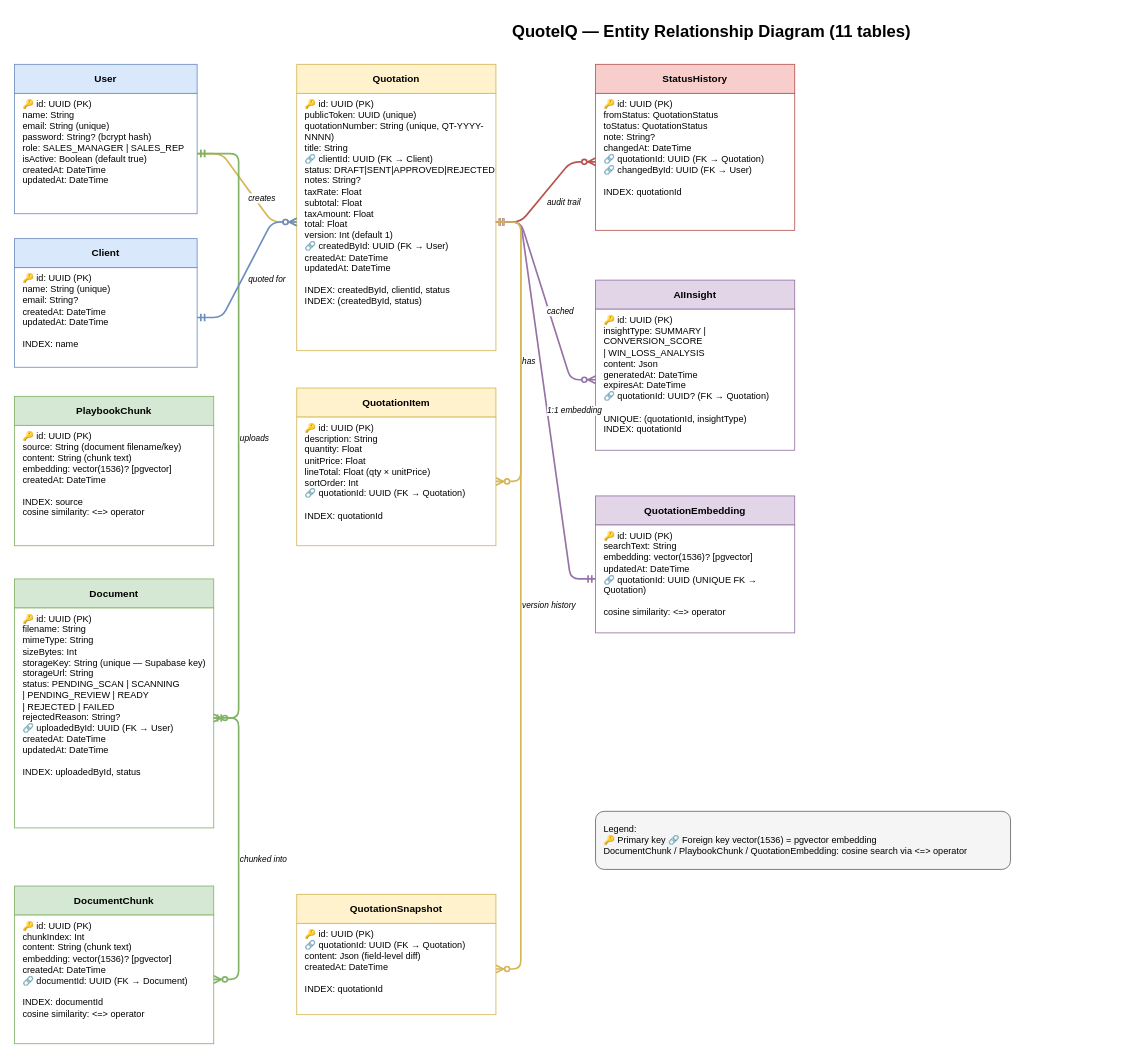
This is docs/drawio/erd-data-model.drawio from Eunice-Amirtharajan/quote-iq, a draw.io file, before an edit. Source tidied: cells renumbered, new cells numbered last; positions are measured from the earlier drawing's top-left corner, leaving out a move shared by most shapes. Both pictures are drawn from the tidied source at 83%, with x=0, y=0 at pixel (14, 14).
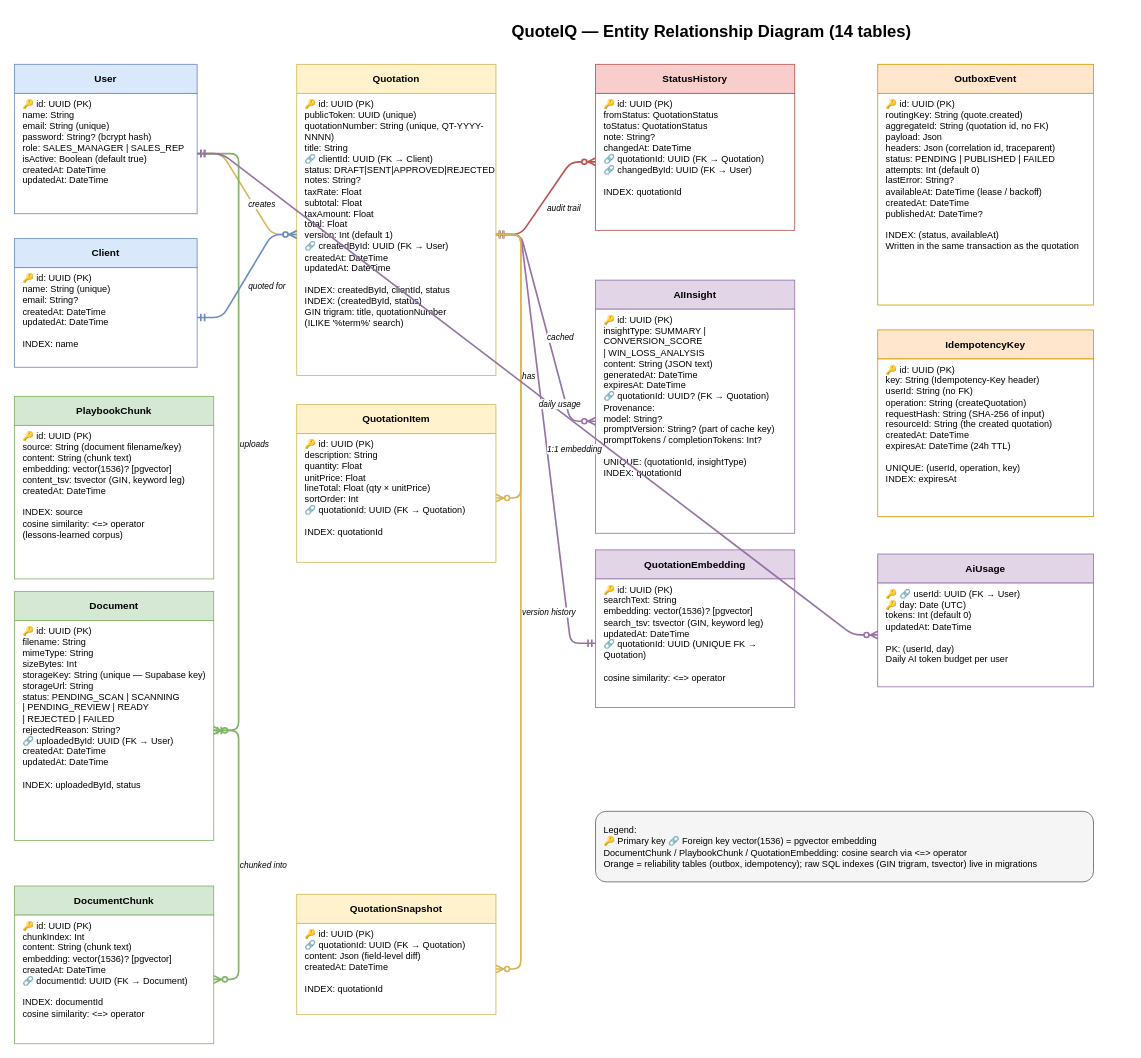
After the change.

Unchanged cells that the change refers to:
```xml
<mxCell id="4" value="🔑 id: UUID (PK)&#10;name: String&#10;email: String (unique)&#10;password: String? (bcrypt hash)&#10;role: SALES_MANAGER | SALES_REP&#10;isActive: Boolean (default true)&#10;createdAt: DateTime&#10;updatedAt: DateTime" style="rounded=0;whiteSpace=wrap;html=1;fillColor=#ffffff;strokeColor=#6c8ebf;fontSize=11;align=left;verticalAlign=top;spacingLeft=8;" parent="1" vertex="1">
  <mxGeometry y="95" width="220" height="145" as="geometry" />
</mxCell>
```

Change to the diagram source:
```diff
@@
-    <mxCell id="2" value="QuoteIQ — Entity Relationship Diagram (11 tables)" style="text;html=1;strokeColor=none;fillColor=none;align=center;verticalAlign=middle;whiteSpace=wrap;rounded=0;fontSize=20;fontStyle=1;" parent="1" vertex="1">
+    <mxCell id="2" value="QuoteIQ — Entity Relationship Diagram (14 tables)" style="text;html=1;strokeColor=none;fillColor=none;align=center;verticalAlign=middle;whiteSpace=wrap;rounded=0;fontSize=20;fontStyle=1;" parent="1" vertex="1">
       <mxGeometry x="340" width="1000" height="40" as="geometry" />
     </mxCell>
@@
-    <mxCell id="8" value="🔑 id: UUID (PK)&#10;publicToken: UUID (unique)&#10;quotationNumber: String (unique, QT-YYYY-NNNN)&#10;title: String&#10;🔗 clientId: UUID (FK → Client)&#10;status: DRAFT|SENT|APPROVED|REJECTED&#10;notes: String?&#10;taxRate: Float&#10;subtotal: Float&#10;taxAmount: Float&#10;total: Float&#10;version: Int (default 1)&#10;🔗 createdById: UUID (FK → User)&#10;createdAt: DateTime&#10;updatedAt: DateTime&#10;&#10;INDEX: createdById, clientId, status&#10;INDEX: (createdById, status)" style="rounded=0;whiteSpace=wrap;html=1;fillColor=#ffffff;strokeColor=#d6b656;fontSize=11;align=left;verticalAlign=top;spacingLeft=8;" parent="1" vertex="1">
-      <mxGeometry x="340" y="95" width="240" height="310" as="geometry" />
+    <mxCell id="8" value="🔑 id: UUID (PK)&#10;publicToken: UUID (unique)&#10;quotationNumber: String (unique, QT-YYYY-NNNN)&#10;title: String&#10;🔗 clientId: UUID (FK → Client)&#10;status: DRAFT|SENT|APPROVED|REJECTED&#10;notes: String?&#10;taxRate: Float&#10;subtotal: Float&#10;taxAmount: Float&#10;total: Float&#10;version: Int (default 1)&#10;🔗 createdById: UUID (FK → User)&#10;createdAt: DateTime&#10;updatedAt: DateTime&#10;&#10;INDEX: createdById, clientId, status&#10;INDEX: (createdById, status)&#10;GIN trigram: title, quotationNumber&#10;  (ILIKE '%term%' search)" style="rounded=0;whiteSpace=wrap;html=1;fillColor=#ffffff;strokeColor=#d6b656;fontSize=11;align=left;verticalAlign=top;spacingLeft=8;" parent="1" vertex="1">
+      <mxGeometry x="340" y="95" width="240" height="340" as="geometry" />
     </mxCell>
@@
     <mxCell id="11" value="QuotationItem" style="rounded=0;whiteSpace=wrap;html=1;fillColor=#fff2cc;strokeColor=#d6b656;fontStyle=1;fontSize=12;" parent="1" vertex="1">
-      <mxGeometry x="340" y="450" width="240" height="35" as="geometry" />
+      <mxGeometry x="340" y="470" width="240" height="35" as="geometry" />
     </mxCell>
     <mxCell id="12" value="🔑 id: UUID (PK)&#10;description: String&#10;quantity: Float&#10;unitPrice: Float&#10;lineTotal: Float (qty × unitPrice)&#10;sortOrder: Int&#10;🔗 quotationId: UUID (FK → Quotation)&#10;&#10;INDEX: quotationId" style="rounded=0;whiteSpace=wrap;html=1;fillColor=#ffffff;strokeColor=#d6b656;fontSize=11;align=left;verticalAlign=top;spacingLeft=8;" parent="1" vertex="1">
-      <mxGeometry x="340" y="485" width="240" height="155" as="geometry" />
+      <mxGeometry x="340" y="505" width="240" height="155" as="geometry" />
     </mxCell>
@@
-    <mxCell id="16" value="🔑 id: UUID (PK)&#10;insightType: SUMMARY | CONVERSION_SCORE&#10;           | WIN_LOSS_ANALYSIS&#10;content: Json&#10;generatedAt: DateTime&#10;expiresAt: DateTime&#10;🔗 quotationId: UUID? (FK → Quotation)&#10;&#10;UNIQUE: (quotationId, insightType)&#10;INDEX: quotationId" style="rounded=0;whiteSpace=wrap;html=1;fillColor=#ffffff;strokeColor=#9673a6;fontSize=11;align=left;verticalAlign=top;spacingLeft=8;" parent="1" vertex="1">
-      <mxGeometry x="700" y="355" width="240" height="170" as="geometry" />
+    <mxCell id="16" value="🔑 id: UUID (PK)&#10;insightType: SUMMARY | CONVERSION_SCORE&#10;           | WIN_LOSS_ANALYSIS&#10;content: String (JSON text)&#10;generatedAt: DateTime&#10;expiresAt: DateTime&#10;🔗 quotationId: UUID? (FK → Quotation)&#10;Provenance:&#10;  model: String?&#10;  promptVersion: String? (part of cache key)&#10;  promptTokens / completionTokens: Int?&#10;&#10;UNIQUE: (quotationId, insightType)&#10;INDEX: quotationId" style="rounded=0;whiteSpace=wrap;html=1;fillColor=#ffffff;strokeColor=#9673a6;fontSize=11;align=left;verticalAlign=top;spacingLeft=8;" parent="1" vertex="1">
+      <mxGeometry x="700" y="355" width="240" height="270" as="geometry" />
     </mxCell>
     <mxCell id="17" value="QuotationEmbedding" style="rounded=0;whiteSpace=wrap;html=1;fillColor=#e1d5e7;strokeColor=#9673a6;fontStyle=1;fontSize=12;" parent="1" vertex="1">
-      <mxGeometry x="700" y="580" width="240" height="35" as="geometry" />
+      <mxGeometry x="700" y="645" width="240" height="35" as="geometry" />
     </mxCell>
-    <mxCell id="18" value="🔑 id: UUID (PK)&#10;searchText: String&#10;embedding: vector(1536)?  [pgvector]&#10;updatedAt: DateTime&#10;🔗 quotationId: UUID (UNIQUE FK → Quotation)&#10;&#10;cosine similarity: &lt;=&gt; operator" style="rounded=0;whiteSpace=wrap;html=1;fillColor=#ffffff;strokeColor=#9673a6;fontSize=11;align=left;verticalAlign=top;spacingLeft=8;" parent="1" vertex="1">
-      <mxGeometry x="700" y="615" width="240" height="130" as="geometry" />
+    <mxCell id="18" value="🔑 id: UUID (PK)&#10;searchText: String&#10;embedding: vector(1536)?  [pgvector]&#10;search_tsv: tsvector (GIN, keyword leg)&#10;updatedAt: DateTime&#10;🔗 quotationId: UUID (UNIQUE FK → Quotation)&#10;&#10;cosine similarity: &lt;=&gt; operator" style="rounded=0;whiteSpace=wrap;html=1;fillColor=#ffffff;strokeColor=#9673a6;fontSize=11;align=left;verticalAlign=top;spacingLeft=8;" parent="1" vertex="1">
+      <mxGeometry x="700" y="680" width="240" height="155" as="geometry" />
     </mxCell>
@@
-    <mxCell id="20" value="🔑 id: UUID (PK)&#10;source: String (document filename/key)&#10;content: String (chunk text)&#10;embedding: vector(1536)?  [pgvector]&#10;createdAt: DateTime&#10;&#10;INDEX: source&#10;cosine similarity: &lt;=&gt; operator" style="rounded=0;whiteSpace=wrap;html=1;fillColor=#ffffff;strokeColor=#82b366;fontSize=11;align=left;verticalAlign=top;spacingLeft=8;" parent="1" vertex="1">
-      <mxGeometry y="495" width="240" height="145" as="geometry" />
+    <mxCell id="20" value="🔑 id: UUID (PK)&#10;source: String (document filename/key)&#10;content: String (chunk text)&#10;embedding: vector(1536)?  [pgvector]&#10;content_tsv: tsvector (GIN, keyword leg)&#10;createdAt: DateTime&#10;&#10;INDEX: source&#10;cosine similarity: &lt;=&gt; operator&#10;(lessons-learned corpus)" style="rounded=0;whiteSpace=wrap;html=1;fillColor=#ffffff;strokeColor=#82b366;fontSize=11;align=left;verticalAlign=top;spacingLeft=8;" parent="1" vertex="1">
+      <mxGeometry y="495" width="240" height="185" as="geometry" />
     </mxCell>
     <mxCell id="21" value="Document" style="rounded=0;whiteSpace=wrap;html=1;fillColor=#d5e8d4;strokeColor=#82b366;fontStyle=1;fontSize=12;" parent="1" vertex="1">
-      <mxGeometry y="680" width="240" height="35" as="geometry" />
+      <mxGeometry y="695" width="240" height="35" as="geometry" />
     </mxCell>
     <mxCell id="22" value="🔑 id: UUID (PK)&#10;filename: String&#10;mimeType: String&#10;sizeBytes: Int&#10;storageKey: String (unique — Supabase key)&#10;storageUrl: String&#10;status: PENDING_SCAN | SCANNING&#10;       | PENDING_REVIEW | READY&#10;       | REJECTED | FAILED&#10;rejectedReason: String?&#10;🔗 uploadedById: UUID (FK → User)&#10;createdAt: DateTime&#10;updatedAt: DateTime&#10;&#10;INDEX: uploadedById, status" style="rounded=0;whiteSpace=wrap;html=1;fillColor=#ffffff;strokeColor=#82b366;fontSize=11;align=left;verticalAlign=top;spacingLeft=8;" parent="1" vertex="1">
-      <mxGeometry y="715" width="240" height="265" as="geometry" />
+      <mxGeometry y="730" width="240" height="265" as="geometry" />
     </mxCell>
@@
+    <mxCell id="44" value="OutboxEvent" style="rounded=0;whiteSpace=wrap;html=1;fillColor=#ffe6cc;strokeColor=#d79b00;fontStyle=1;fontSize=12;" parent="1" vertex="1">
+      <mxGeometry x="1040" y="60" width="260" height="35" as="geometry" />
+    </mxCell>
+    <mxCell id="45" value="🔑 id: UUID (PK)&#10;routingKey: String (quote.created)&#10;aggregateId: String (quotation id, no FK)&#10;payload: Json&#10;headers: Json (correlation id, traceparent)&#10;status: PENDING | PUBLISHED | FAILED&#10;attempts: Int (default 0)&#10;lastError: String?&#10;availableAt: DateTime (lease / backoff)&#10;createdAt: DateTime&#10;publishedAt: DateTime?&#10;&#10;INDEX: (status, availableAt)&#10;Written in the same transaction as the quotation" style="rounded=0;whiteSpace=wrap;html=1;fillColor=#ffffff;strokeColor=#d79b00;fontSize=11;align=left;verticalAlign=top;spacingLeft=8;" parent="1" vertex="1">
+      <mxGeometry x="1040" y="95" width="260" height="255" as="geometry" />
+    </mxCell>
+    <mxCell id="46" value="IdempotencyKey" style="rounded=0;whiteSpace=wrap;html=1;fillColor=#ffe6cc;strokeColor=#d79b00;fontStyle=1;fontSize=12;" parent="1" vertex="1">
+      <mxGeometry x="1040" y="380" width="260" height="35" as="geometry" />
+    </mxCell>
+    <mxCell id="47" value="🔑 id: UUID (PK)&#10;key: String (Idempotency-Key header)&#10;userId: String (no FK)&#10;operation: String (createQuotation)&#10;requestHash: String (SHA-256 of input)&#10;resourceId: String (the created quotation)&#10;createdAt: DateTime&#10;expiresAt: DateTime (24h TTL)&#10;&#10;UNIQUE: (userId, operation, key)&#10;INDEX: expiresAt" style="rounded=0;whiteSpace=wrap;html=1;fillColor=#ffffff;strokeColor=#d79b00;fontSize=11;align=left;verticalAlign=top;spacingLeft=8;" parent="1" vertex="1">
+      <mxGeometry x="1040" y="415" width="260" height="190" as="geometry" />
+    </mxCell>
+    <mxCell id="48" value="AiUsage" style="rounded=0;whiteSpace=wrap;html=1;fillColor=#e1d5e7;strokeColor=#9673a6;fontStyle=1;fontSize=12;" parent="1" vertex="1">
+      <mxGeometry x="1040" y="650" width="260" height="35" as="geometry" />
+    </mxCell>
+    <mxCell id="49" value="🔑 🔗 userId: UUID (FK → User)&#10;🔑 day: Date (UTC)&#10;tokens: Int (default 0)&#10;updatedAt: DateTime&#10;&#10;PK: (userId, day)&#10;Daily AI token budget per user" style="rounded=0;whiteSpace=wrap;html=1;fillColor=#ffffff;strokeColor=#9673a6;fontSize=11;align=left;verticalAlign=top;spacingLeft=8;" parent="1" vertex="1">
+      <mxGeometry x="1040" y="685" width="260" height="125" as="geometry" />
+    </mxCell>
@@
+    <mxCell id="50" style="edgeStyle=entityRelationEdgeStyle;endArrow=ERzeroToMany;startArrow=ERmandOne;html=1;strokeColor=#9673a6;strokeWidth=2;" parent="1" edge="1" source="4" target="49">
+      <mxGeometry relative="1" as="geometry" />
+    </mxCell>
+    <mxCell id="51" value="daily usage" style="edgeLabel;html=1;fontSize=10;fontStyle=2;" parent="50" vertex="1">
+      <mxGeometry relative="1" as="geometry" />
+    </mxCell>
-    <mxCell id="43" value="Legend:&#10;🔑 Primary key   🔗 Foreign key   vector(1536) = pgvector embedding&#10;DocumentChunk / PlaybookChunk / QuotationEmbedding: cosine search via &lt;=&gt; operator" style="rounded=1;whiteSpace=wrap;html=1;fillColor=#f5f5f5;strokeColor=#666666;fontSize=11;align=left;spacingLeft=8;verticalAlign=middle;" parent="1" vertex="1">
-      <mxGeometry x="700" y="960" width="500" height="70" as="geometry" />
+    <mxCell id="43" value="Legend:&#10;🔑 Primary key   🔗 Foreign key   vector(1536) = pgvector embedding&#10;DocumentChunk / PlaybookChunk / QuotationEmbedding: cosine search via &lt;=&gt; operator&#10;Orange = reliability tables (outbox, idempotency); raw SQL indexes (GIN trigram, tsvector) live in migrations" style="rounded=1;whiteSpace=wrap;html=1;fillColor=#f5f5f5;strokeColor=#666666;fontSize=11;align=left;spacingLeft=8;verticalAlign=middle;" parent="1" vertex="1">
+      <mxGeometry x="700" y="960" width="600" height="85" as="geometry" />
     </mxCell>
```
